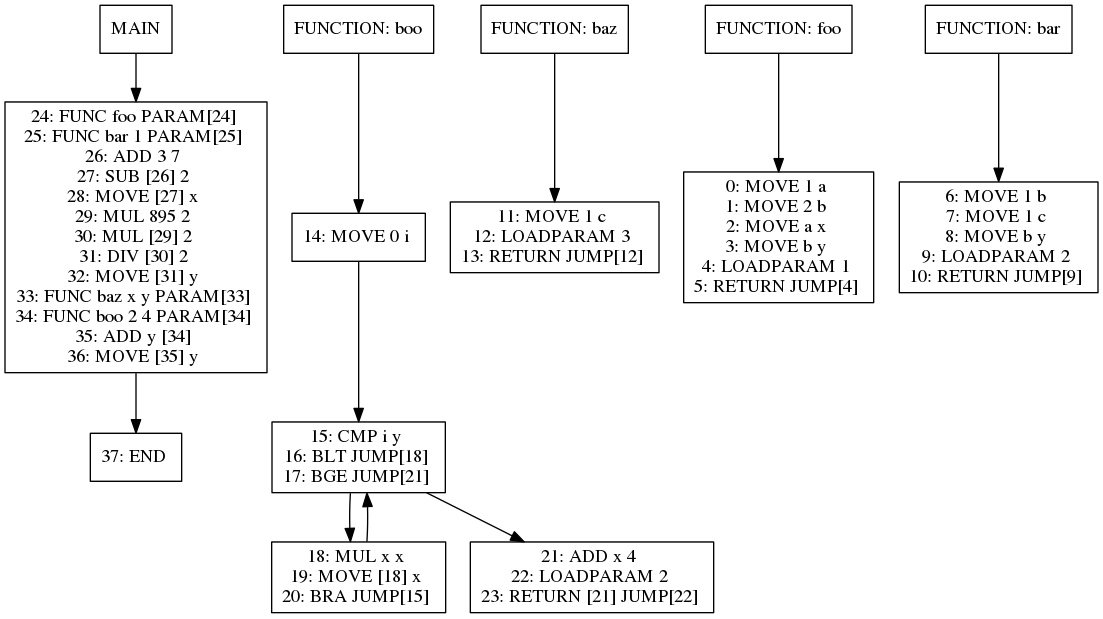
The Graphviz diagram viz/test016.dot.png in jiahanwang/PL241-Compiler, before a commit. Its source is kept beside it as viz/test016.dot.
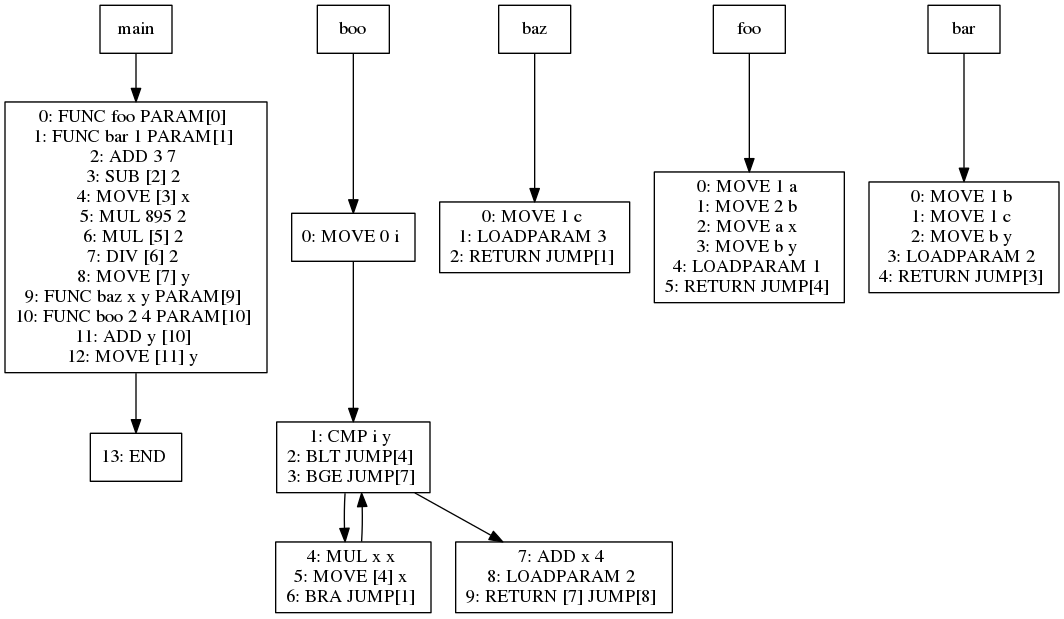
After the change.

Diff of the diagram source:
```diff
@@ -1,65 +1,65 @@
 digraph test016 {
 node [shape=box]
-1[label="MAIN"]
-1 -> 24
-24[label="24: FUNC foo PARAM[24]
-25: FUNC bar 1 PARAM[25]
-26: ADD 3 7
-27: SUB [26] 2
-28: MOVE [27] x
-29: MUL 895 2
-30: MUL [29] 2
-31: DIV [30] 2
-32: MOVE [31] y
-33: FUNC baz x y PARAM[33]
-34: FUNC boo 2 4 PARAM[34]
-35: ADD y [34]
-36: MOVE [35] y
+300[label="main"]
+300 -> 323
+323[label="0: FUNC foo PARAM[0]
+1: FUNC bar 1 PARAM[1]
+2: ADD 3 7
+3: SUB [2] 2
+4: MOVE [3] x
+5: MUL 895 2
+6: MUL [5] 2
+7: DIV [6] 2
+8: MOVE [7] y
+9: FUNC baz x y PARAM[9]
+10: FUNC boo 2 4 PARAM[10]
+11: ADD y [10]
+12: MOVE [11] y
 "]
-24 -> 30
-30[label="37: END
+323 -> 329
+329[label="13: END
 "]
-17[label="FUNCTION: boo"]
-17 -> 19
-19[label="14: MOVE 0 i
+316[label="boo"]
+316 -> 318
+318[label="0: MOVE 0 i
 "]
-19 -> 20
-20[label="15: CMP i y
-16: BLT JUMP[18]
-17: BGE JUMP[21]
+318 -> 319
+319[label="1: CMP i y
+2: BLT JUMP[4]
+3: BGE JUMP[7]
 "]
-20 -> 22
-22[label="18: MUL x x
-19: MOVE [18] x
-20: BRA JUMP[15]
+319 -> 321
+321[label="4: MUL x x
+5: MOVE [4] x
+6: BRA JUMP[1]
 "]
-22 -> 20
-20 -> 21
-21[label="21: ADD x 4
-22: LOADPARAM 2
-23: RETURN [21] JUMP[22]
+321 -> 319
+319 -> 320
+320[label="7: ADD x 4
+8: LOADPARAM 2
+9: RETURN [7] JUMP[8]
 "]
-14[label="FUNCTION: baz"]
-14 -> 16
-16[label="11: MOVE 1 c
-12: LOADPARAM 3
-13: RETURN JUMP[12]
+313[label="baz"]
+313 -> 315
+315[label="0: MOVE 1 c
+1: LOADPARAM 3
+2: RETURN JUMP[1]
 "]
-3[label="FUNCTION: foo"]
-3 -> 5
-5[label="0: MOVE 1 a
+302[label="foo"]
+302 -> 304
+304[label="0: MOVE 1 a
 1: MOVE 2 b
 2: MOVE a x
 3: MOVE b y
 4: LOADPARAM 1
 5: RETURN JUMP[4]
 "]
-9[label="FUNCTION: bar"]
-9 -> 11
-11[label="6: MOVE 1 b
-7: MOVE 1 c
-8: MOVE b y
-9: LOADPARAM 2
-10: RETURN JUMP[9]
+308[label="bar"]
+308 -> 310
+310[label="0: MOVE 1 b
+1: MOVE 1 c
+2: MOVE b y
+3: LOADPARAM 2
+4: RETURN JUMP[3]
 "]
 }
```
